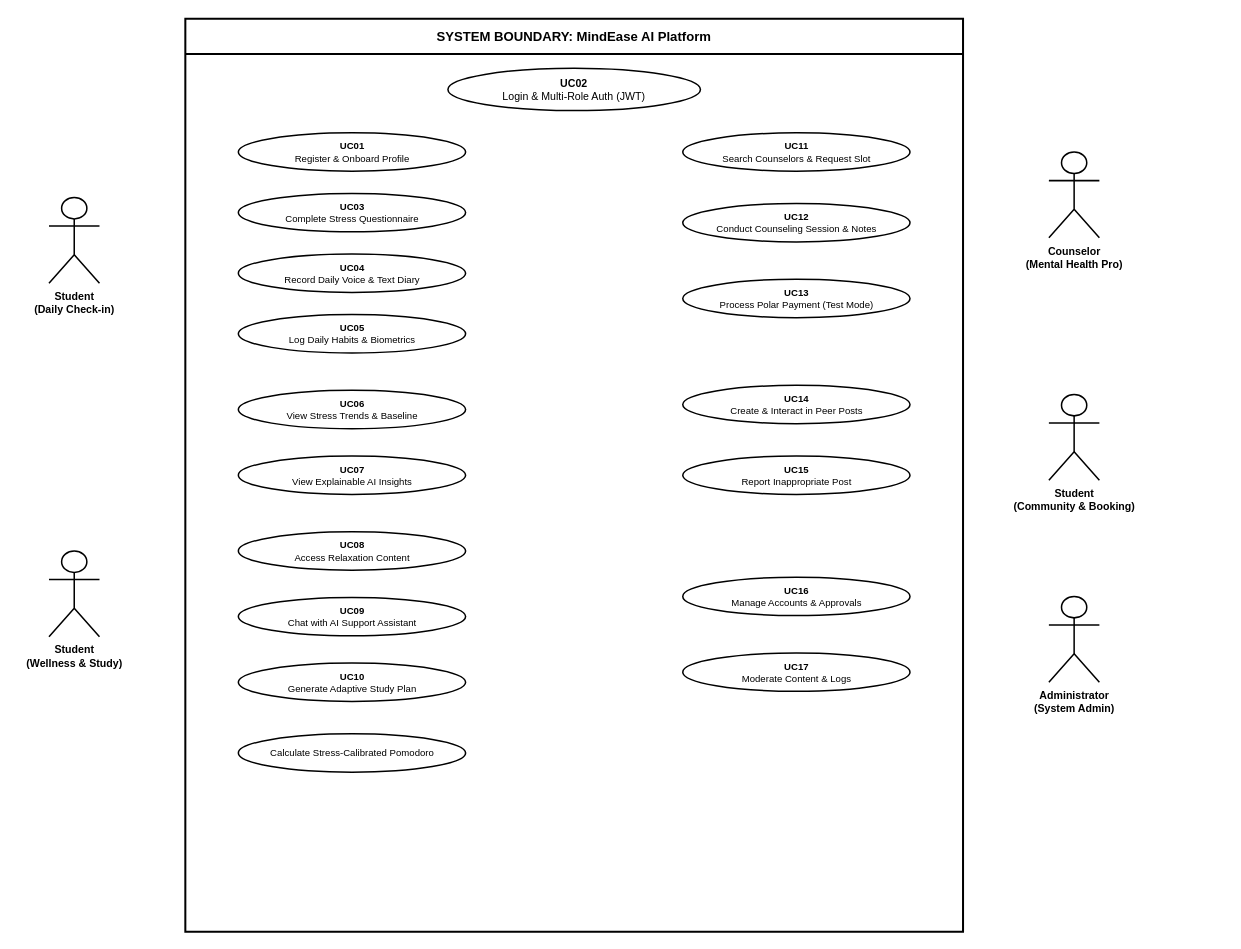
The draw.io diagram Documentation/Diagrams/Editable/02_Use_Case_Diagram.drawio in itzrajpoot255/MindEase-AI-Stress-Detection-FYP, before the edit. Source tidied: cells renumbered, new cells numbered last; positions are measured from the earlier drawing's top-left corner, leaving out a move shared by most shapes. Both pictures are drawn from the tidied source at 101%, with x=0, y=0 at pixel (48, 18).
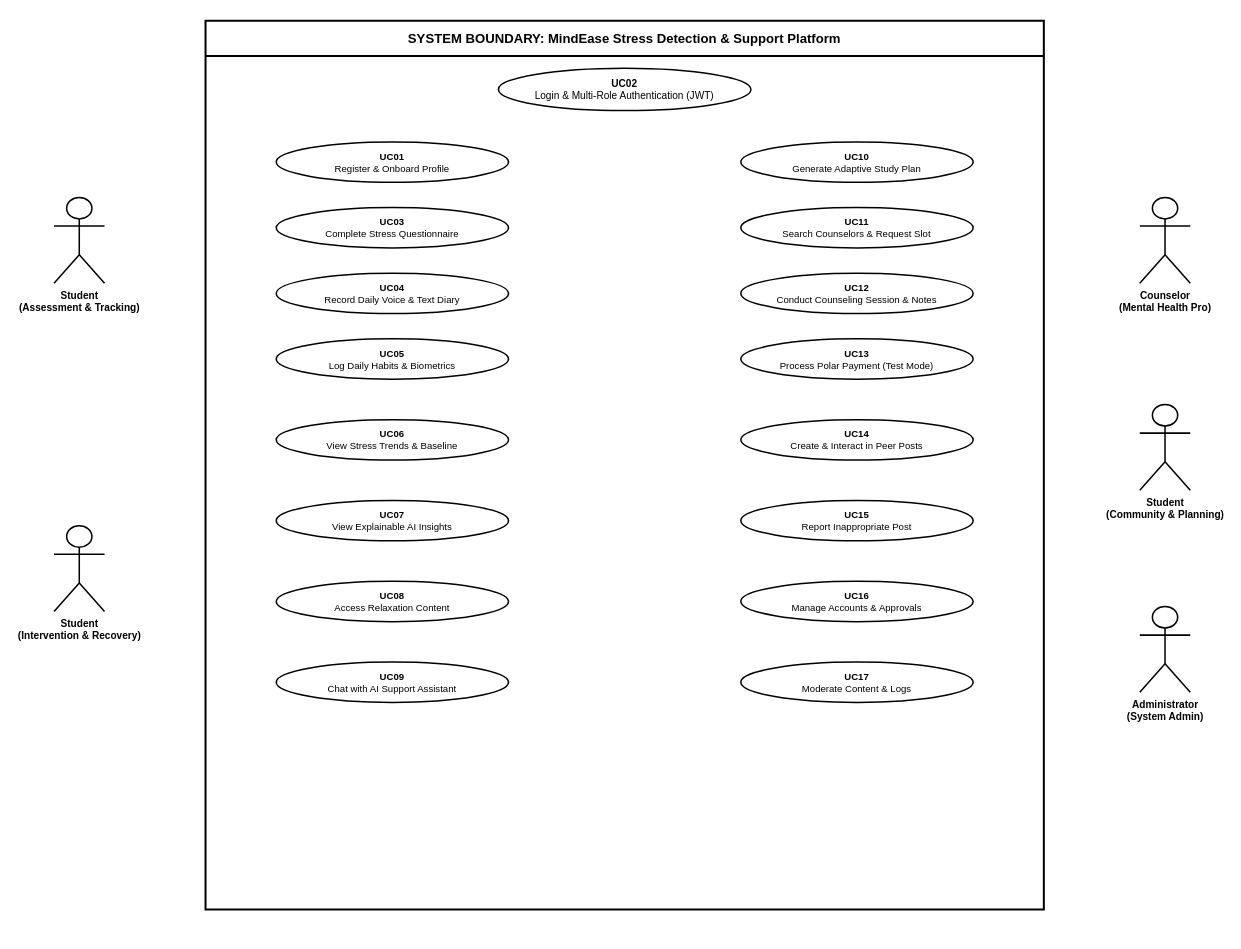
Above is the later version.

Change to the diagram source:
```diff
@@
-    <mxCell id="2" value="SYSTEM BOUNDARY: MindEase AI Platform" style="swimlane;whiteSpace=wrap;html=1;startSize=35;fillColor=#ffffff;strokeColor=#000000;strokeWidth=2;fontFamily=Arial;fontSize=13;fontStyle=1;align=center;" parent="1" vertex="1">
-      <mxGeometry x="135" width="770" height="904" as="geometry" />
+    <mxCell id="2" value="SYSTEM BOUNDARY: MindEase Stress Detection &amp; Support Platform" style="swimlane;whiteSpace=wrap;html=1;startSize=35;fillColor=#ffffff;strokeColor=#000000;strokeWidth=2;fontFamily=Arial;fontSize=13;fontStyle=1;align=center;" parent="1" vertex="1">
+      <mxGeometry x="155" y="2" width="830" height="880" as="geometry" />
     </mxCell>
-    <mxCell id="3" value="&lt;b&gt;UC02&lt;/b&gt;&lt;br&gt;Login &amp;amp; Multi-Role Auth (JWT)" style="ellipse;whiteSpace=wrap;html=1;fillColor=#ffffff;strokeColor=#000000;strokeWidth=1.5;fontFamily=Arial;fontSize=10.5;" parent="1" vertex="1">
-      <mxGeometry x="395" y="49" width="250" height="42" as="geometry" />
+    <mxCell id="3" value="&lt;b&gt;UC02&lt;/b&gt;&lt;br&gt;Login &amp;amp; Multi-Role Authentication (JWT)" style="ellipse;whiteSpace=wrap;html=1;fillColor=#ffffff;strokeColor=#000000;strokeWidth=1.5;fontFamily=Arial;fontSize=10;" parent="1" vertex="1">
+      <mxGeometry x="445" y="49" width="250" height="42" as="geometry" />
     </mxCell>
-    <mxCell id="4" value="&lt;b&gt;UC01&lt;/b&gt;&lt;br&gt;Register &amp; Onboard Profile" style="ellipse;whiteSpace=wrap;html=1;fillColor=#ffffff;strokeColor=#000000;strokeWidth=1.5;fontFamily=Arial;fontSize=9.5;" parent="1" vertex="1">
-      <mxGeometry x="187.5" y="113" width="225" height="38" as="geometry" />
+    <mxCell id="4" value="&lt;b&gt;UC01&lt;/b&gt;&lt;br&gt;Register &amp;amp; Onboard Profile" style="ellipse;whiteSpace=wrap;html=1;fillColor=#ffffff;strokeColor=#000000;strokeWidth=1.5;fontFamily=Arial;fontSize=9.5;" parent="1" vertex="1">
+      <mxGeometry x="225" y="122" width="230" height="40" as="geometry" />
     </mxCell>
     <mxCell id="5" value="&lt;b&gt;UC03&lt;/b&gt;&lt;br&gt;Complete Stress Questionnaire" style="ellipse;whiteSpace=wrap;html=1;fillColor=#ffffff;strokeColor=#000000;strokeWidth=1.5;fontFamily=Arial;fontSize=9.5;" parent="1" vertex="1">
-      <mxGeometry x="187.5" y="173" width="225" height="38" as="geometry" />
+      <mxGeometry x="225" y="187" width="230" height="40" as="geometry" />
     </mxCell>
     <mxCell id="6" value="&lt;b&gt;UC04&lt;/b&gt;&lt;br&gt;Record Daily Voice &amp;amp; Text Diary" style="ellipse;whiteSpace=wrap;html=1;fillColor=#ffffff;strokeColor=#000000;strokeWidth=1.5;fontFamily=Arial;fontSize=9.5;" parent="1" vertex="1">
-      <mxGeometry x="187.5" y="233" width="225" height="38" as="geometry" />
+      <mxGeometry x="225" y="252" width="230" height="40" as="geometry" />
     </mxCell>
     <mxCell id="7" value="&lt;b&gt;UC05&lt;/b&gt;&lt;br&gt;Log Daily Habits &amp;amp; Biometrics" style="ellipse;whiteSpace=wrap;html=1;fillColor=#ffffff;strokeColor=#000000;strokeWidth=1.5;fontFamily=Arial;fontSize=9.5;" parent="1" vertex="1">
-      <mxGeometry x="187.5" y="293" width="225" height="38" as="geometry" />
+      <mxGeometry x="225" y="317" width="230" height="40" as="geometry" />
     </mxCell>
     <mxCell id="8" value="&lt;b&gt;UC06&lt;/b&gt;&lt;br&gt;View Stress Trends &amp;amp; Baseline" style="ellipse;whiteSpace=wrap;html=1;fillColor=#ffffff;strokeColor=#000000;strokeWidth=1.5;fontFamily=Arial;fontSize=9.5;" parent="1" vertex="1">
-      <mxGeometry x="187.5" y="368" width="225" height="38" as="geometry" />
+      <mxGeometry x="225" y="397" width="230" height="40" as="geometry" />
     </mxCell>
     <mxCell id="9" value="&lt;b&gt;UC07&lt;/b&gt;&lt;br&gt;View Explainable AI Insights" style="ellipse;whiteSpace=wrap;html=1;fillColor=#ffffff;strokeColor=#000000;strokeWidth=1.5;fontFamily=Arial;fontSize=9.5;" parent="1" vertex="1">
-      <mxGeometry x="187.5" y="433" width="225" height="38" as="geometry" />
+      <mxGeometry x="225" y="477" width="230" height="40" as="geometry" />
     </mxCell>
     <mxCell id="10" value="&lt;b&gt;UC08&lt;/b&gt;&lt;br&gt;Access Relaxation Content" style="ellipse;whiteSpace=wrap;html=1;fillColor=#ffffff;strokeColor=#000000;strokeWidth=1.5;fontFamily=Arial;fontSize=9.5;" parent="1" vertex="1">
-      <mxGeometry x="187.5" y="508" width="225" height="38" as="geometry" />
+      <mxGeometry x="225" y="557" width="230" height="40" as="geometry" />
     </mxCell>
     <mxCell id="11" value="&lt;b&gt;UC09&lt;/b&gt;&lt;br&gt;Chat with AI Support Assistant" style="ellipse;whiteSpace=wrap;html=1;fillColor=#ffffff;strokeColor=#000000;strokeWidth=1.5;fontFamily=Arial;fontSize=9.5;" parent="1" vertex="1">
-      <mxGeometry x="187.5" y="573" width="225" height="38" as="geometry" />
+      <mxGeometry x="225" y="637" width="230" height="40" as="geometry" />
     </mxCell>
     <mxCell id="12" value="&lt;b&gt;UC10&lt;/b&gt;&lt;br&gt;Generate Adaptive Study Plan" style="ellipse;whiteSpace=wrap;html=1;fillColor=#ffffff;strokeColor=#000000;strokeWidth=1.5;fontFamily=Arial;fontSize=9.5;" parent="1" vertex="1">
-      <mxGeometry x="187.5" y="638" width="225" height="38" as="geometry" />
+      <mxGeometry x="685" y="122" width="230" height="40" as="geometry" />
     </mxCell>
-    <mxCell id="13" value="Calculate Stress-Calibrated Pomodoro" style="ellipse;whiteSpace=wrap;html=1;fillColor=#ffffff;strokeColor=#000000;strokeWidth=1.5;fontFamily=Arial;fontSize=9.5;" parent="1" vertex="1">
-      <mxGeometry x="187.5" y="708" width="225" height="38" as="geometry" />
+    <mxCell id="13" value="&lt;b&gt;UC11&lt;/b&gt;&lt;br&gt;Search Counselors &amp;amp; Request Slot" style="ellipse;whiteSpace=wrap;html=1;fillColor=#ffffff;strokeColor=#000000;strokeWidth=1.5;fontFamily=Arial;fontSize=9.5;" parent="1" vertex="1">
+      <mxGeometry x="685" y="187" width="230" height="40" as="geometry" />
     </mxCell>
-    <mxCell id="14" value="&lt;b&gt;UC11&lt;/b&gt;&lt;br&gt;Search Counselors &amp;amp; Request Slot" style="ellipse;whiteSpace=wrap;html=1;fillColor=#ffffff;strokeColor=#000000;strokeWidth=1.5;fontFamily=Arial;fontSize=9.5;" parent="1" vertex="1">
-      <mxGeometry x="627.5" y="113" width="225" height="38" as="geometry" />
+    <mxCell id="14" value="&lt;b&gt;UC12&lt;/b&gt;&lt;br&gt;Conduct Counseling Session &amp;amp; Notes" style="ellipse;whiteSpace=wrap;html=1;fillColor=#ffffff;strokeColor=#000000;strokeWidth=1.5;fontFamily=Arial;fontSize=9.5;" parent="1" vertex="1">
+      <mxGeometry x="685" y="252" width="230" height="40" as="geometry" />
     </mxCell>
-    <mxCell id="15" value="&lt;b&gt;UC12&lt;/b&gt;&lt;br&gt;Conduct Counseling Session &amp;amp; Notes" style="ellipse;whiteSpace=wrap;html=1;fillColor=#ffffff;strokeColor=#000000;strokeWidth=1.5;fontFamily=Arial;fontSize=9.5;" parent="1" vertex="1">
-      <mxGeometry x="627.5" y="183" width="225" height="38" as="geometry" />
+    <mxCell id="15" value="&lt;b&gt;UC13&lt;/b&gt;&lt;br&gt;Process Polar Payment (Test Mode)" style="ellipse;whiteSpace=wrap;html=1;fillColor=#ffffff;strokeColor=#000000;strokeWidth=1.5;fontFamily=Arial;fontSize=9.5;" parent="1" vertex="1">
+      <mxGeometry x="685" y="317" width="230" height="40" as="geometry" />
     </mxCell>
-    <mxCell id="16" value="&lt;b&gt;UC13&lt;/b&gt;&lt;br&gt;Process Polar Payment (Test Mode)" style="ellipse;whiteSpace=wrap;html=1;fillColor=#ffffff;strokeColor=#000000;strokeWidth=1.5;fontFamily=Arial;fontSize=9.5;" parent="1" vertex="1">
-      <mxGeometry x="627.5" y="258" width="225" height="38" as="geometry" />
+    <mxCell id="16" value="&lt;b&gt;UC14&lt;/b&gt;&lt;br&gt;Create &amp;amp; Interact in Peer Posts" style="ellipse;whiteSpace=wrap;html=1;fillColor=#ffffff;strokeColor=#000000;strokeWidth=1.5;fontFamily=Arial;fontSize=9.5;" parent="1" vertex="1">
+      <mxGeometry x="685" y="397" width="230" height="40" as="geometry" />
     </mxCell>
-    <mxCell id="17" value="&lt;b&gt;UC14&lt;/b&gt;&lt;br&gt;Create &amp;amp; Interact in Peer Posts" style="ellipse;whiteSpace=wrap;html=1;fillColor=#ffffff;strokeColor=#000000;strokeWidth=1.5;fontFamily=Arial;fontSize=9.5;" parent="1" vertex="1">
-      <mxGeometry x="627.5" y="363" width="225" height="38" as="geometry" />
+    <mxCell id="17" value="&lt;b&gt;UC15&lt;/b&gt;&lt;br&gt;Report Inappropriate Post" style="ellipse;whiteSpace=wrap;html=1;fillColor=#ffffff;strokeColor=#000000;strokeWidth=1.5;fontFamily=Arial;fontSize=9.5;" parent="1" vertex="1">
+      <mxGeometry x="685" y="477" width="230" height="40" as="geometry" />
     </mxCell>
-    <mxCell id="18" value="&lt;b&gt;UC15&lt;/b&gt;&lt;br&gt;Report Inappropriate Post" style="ellipse;whiteSpace=wrap;html=1;fillColor=#ffffff;strokeColor=#000000;strokeWidth=1.5;fontFamily=Arial;fontSize=9.5;" parent="1" vertex="1">
-      <mxGeometry x="627.5" y="433" width="225" height="38" as="geometry" />
+    <mxCell id="18" value="&lt;b&gt;UC16&lt;/b&gt;&lt;br&gt;Manage Accounts &amp;amp; Approvals" style="ellipse;whiteSpace=wrap;html=1;fillColor=#ffffff;strokeColor=#000000;strokeWidth=1.5;fontFamily=Arial;fontSize=9.5;" parent="1" vertex="1">
+      <mxGeometry x="685" y="557" width="230" height="40" as="geometry" />
     </mxCell>
-    <mxCell id="19" value="&lt;b&gt;UC16&lt;/b&gt;&lt;br&gt;Manage Accounts &amp;amp; Approvals" style="ellipse;whiteSpace=wrap;html=1;fillColor=#ffffff;strokeColor=#000000;strokeWidth=1.5;fontFamily=Arial;fontSize=9.5;" parent="1" vertex="1">
-      <mxGeometry x="627.5" y="553" width="225" height="38" as="geometry" />
+    <mxCell id="19" value="&lt;b&gt;UC17&lt;/b&gt;&lt;br&gt;Moderate Content &amp;amp; Logs" style="ellipse;whiteSpace=wrap;html=1;fillColor=#ffffff;strokeColor=#000000;strokeWidth=1.5;fontFamily=Arial;fontSize=9.5;" parent="1" vertex="1">
+      <mxGeometry x="685" y="637" width="230" height="40" as="geometry" />
     </mxCell>
-    <mxCell id="20" value="&lt;b&gt;UC17&lt;/b&gt;&lt;br&gt;Moderate Content &amp;amp; Logs" style="ellipse;whiteSpace=wrap;html=1;fillColor=#ffffff;strokeColor=#000000;strokeWidth=1.5;fontFamily=Arial;fontSize=9.5;" parent="1" vertex="1">
-      <mxGeometry x="627.5" y="628" width="225" height="38" as="geometry" />
+    <mxCell id="20" value="Student&lt;br&gt;(Assessment &amp;amp; Tracking)" style="shape=umlActor;verticalLabelPosition=bottom;verticalAlign=top;html=1;fillColor=#ffffff;strokeColor=#000000;strokeWidth=1.5;fontFamily=Arial;fontSize=10;fontStyle=1;" parent="1" vertex="1">
+      <mxGeometry x="5" y="177" width="50" height="85" as="geometry" />
     </mxCell>
-    <mxCell id="21" value="Student&lt;br&gt;(Daily Check-in)" style="shape=umlActor;verticalLabelPosition=bottom;verticalAlign=top;html=1;fillColor=#ffffff;strokeColor=#000000;strokeWidth=1.5;fontFamily=Arial;fontSize=10.5;fontStyle=1;" parent="1" vertex="1">
-      <mxGeometry y="177" width="50" height="85" as="geometry" />
+    <mxCell id="21" value="Student&lt;br&gt;(Intervention &amp;amp; Recovery)" style="shape=umlActor;verticalLabelPosition=bottom;verticalAlign=top;html=1;fillColor=#ffffff;strokeColor=#000000;strokeWidth=1.5;fontFamily=Arial;fontSize=10;fontStyle=1;" parent="1" vertex="1">
+      <mxGeometry x="5" y="502" width="50" height="85" as="geometry" />
     </mxCell>
-    <mxCell id="22" value="Student&lt;br&gt;(Wellness &amp;amp; Study)" style="shape=umlActor;verticalLabelPosition=bottom;verticalAlign=top;html=1;fillColor=#ffffff;strokeColor=#000000;strokeWidth=1.5;fontFamily=Arial;fontSize=10.5;fontStyle=1;" parent="1" vertex="1">
-      <mxGeometry y="527" width="50" height="85" as="geometry" />
+    <mxCell id="22" value="Counselor&lt;br&gt;(Mental Health Pro)" style="shape=umlActor;verticalLabelPosition=bottom;verticalAlign=top;html=1;fillColor=#ffffff;strokeColor=#000000;strokeWidth=1.5;fontFamily=Arial;fontSize=10;fontStyle=1;" parent="1" vertex="1">
+      <mxGeometry x="1080" y="177" width="50" height="85" as="geometry" />
     </mxCell>
-    <mxCell id="23" value="Counselor&lt;br&gt;(Mental Health Pro)" style="shape=umlActor;verticalLabelPosition=bottom;verticalAlign=top;html=1;fillColor=#ffffff;strokeColor=#000000;strokeWidth=1.5;fontFamily=Arial;fontSize=10.5;fontStyle=1;" parent="1" vertex="1">
-      <mxGeometry x="990" y="132" width="50" height="85" as="geometry" />
+    <mxCell id="23" value="Student&lt;br&gt;(Community &amp;amp; Planning)" style="shape=umlActor;verticalLabelPosition=bottom;verticalAlign=top;html=1;fillColor=#ffffff;strokeColor=#000000;strokeWidth=1.5;fontFamily=Arial;fontSize=10;fontStyle=1;" parent="1" vertex="1">
+      <mxGeometry x="1080" y="382" width="50" height="85" as="geometry" />
     </mxCell>
-    <mxCell id="24" value="Student&lt;br&gt;(Community &amp;amp; Booking)" style="shape=umlActor;verticalLabelPosition=bottom;verticalAlign=top;html=1;fillColor=#ffffff;strokeColor=#000000;strokeWidth=1.5;fontFamily=Arial;fontSize=10.5;fontStyle=1;" parent="1" vertex="1">
-      <mxGeometry x="990" y="372" width="50" height="85" as="geometry" />
+    <mxCell id="24" value="Administrator&lt;br&gt;(System Admin)" style="shape=umlActor;verticalLabelPosition=bottom;verticalAlign=top;html=1;fillColor=#ffffff;strokeColor=#000000;strokeWidth=1.5;fontFamily=Arial;fontSize=10;fontStyle=1;" parent="1" vertex="1">
+      <mxGeometry x="1080" y="582" width="50" height="85" as="geometry" />
     </mxCell>
-    <mxCell id="25" value="Administrator&lt;br&gt;(System Admin)" style="shape=umlActor;verticalLabelPosition=bottom;verticalAlign=top;html=1;fillColor=#ffffff;strokeColor=#000000;strokeWidth=1.5;fontFamily=Arial;fontSize=10.5;fontStyle=1;" parent="1" vertex="1">
-      <mxGeometry x="990" y="572" width="50" height="85" as="geometry" />
-    </mxCell>
```
